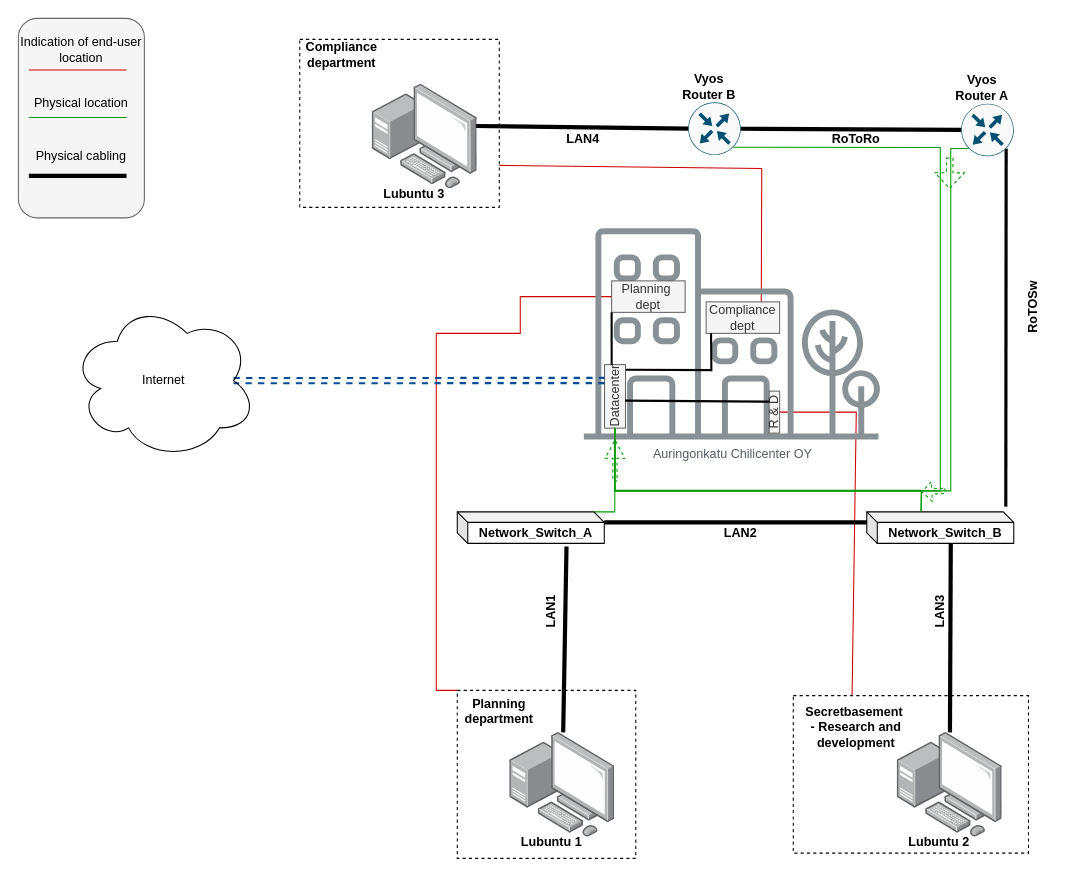
Earlier version of the draw.io diagram page "Physical Topology" (1 of 4) of documentation/E06/PhysicalOnlyDevicesAndCables.drawio (Kjersheim/DataNetworksIntro2023). Source tidied: cells renumbered, new cells numbered last; positions are measured from the earlier drawing's top-left corner, leaving out a move shared by most shapes. Both pictures are drawn from the tidied source at 105%, with x=0, y=0 at pixel (18, 18).
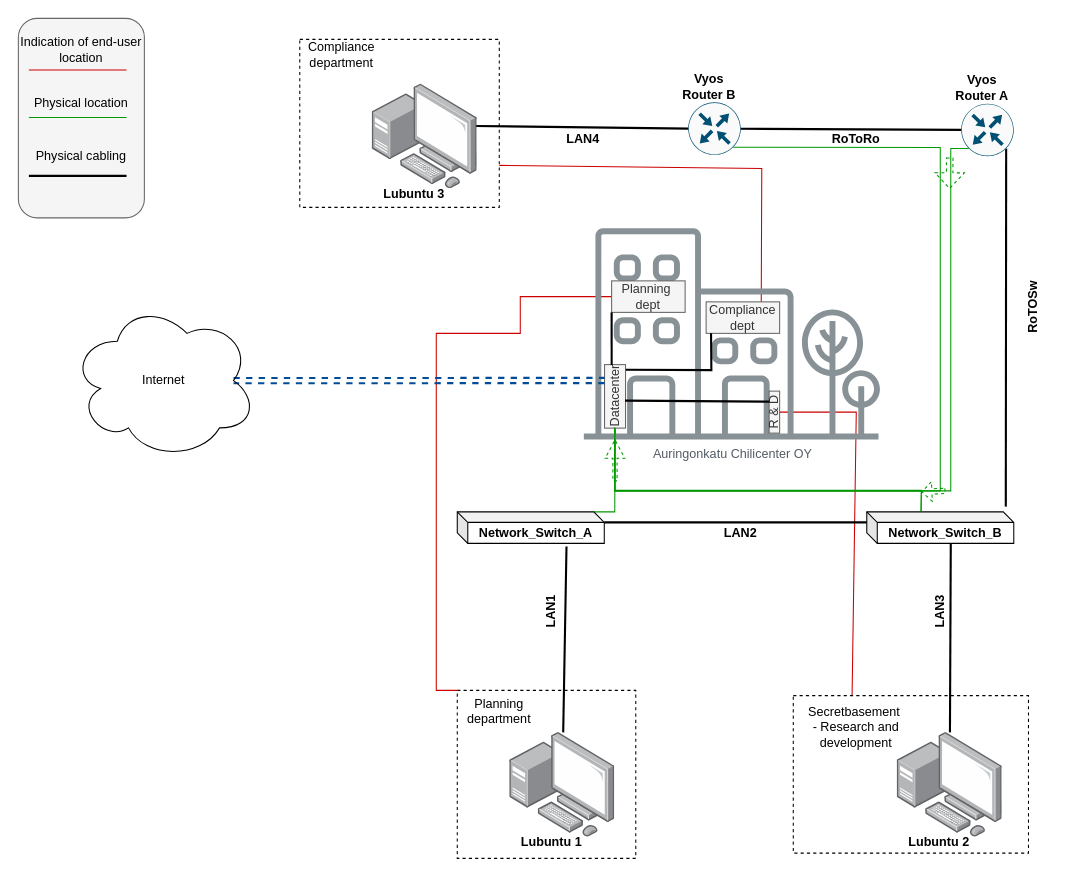
Above is the later version.

Commit message (it also covers changes not shown here):
Planning office

The change refers to these unchanged cells:
```xml
<mxCell id="8" style="points=[];html=1;align=center;shadow=0;dashed=0;image;image=img/lib/allied_telesis/computer_and_terminals/Personal_Computer_with_Server.svg;" parent="1" vertex="1">
  <mxGeometry x="468" y="680" width="100" height="100" as="geometry" />
</mxCell>
<mxCell id="10" style="points=[];html=1;align=center;shadow=0;dashed=0;image;image=img/lib/allied_telesis/computer_and_terminals/Personal_Computer_with_Server.svg;" parent="1" vertex="1">
  <mxGeometry x="837" y="680" width="100" height="100" as="geometry" />
</mxCell>
<mxCell id="13" value="Network_Switch_A" style="shape=cube;whiteSpace=wrap;html=1;boundedLbl=1;backgroundOutline=1;darkOpacity=0.05;darkOpacity2=0.1;direction=east;size=10;fontStyle=1;" parent="1" vertex="1">
  <mxGeometry x="418" y="470" width="140" height="30" as="geometry" />
</mxCell>
<mxCell id="15" value="Network_Switch_B" style="shape=cube;whiteSpace=wrap;html=1;boundedLbl=1;backgroundOutline=1;darkOpacity=0.05;darkOpacity2=0.1;direction=east;size=10;fontStyle=1;" parent="1" vertex="1">
  <mxGeometry x="808" y="470" width="140" height="30" as="geometry" />
</mxCell>
<mxCell id="23" style="sketch=0;points=[[0.5,0,0],[1,0.5,0],[0.5,1,0],[0,0.5,0],[0.145,0.145,0],[0.8555,0.145,0],[0.855,0.8555,0],[0.145,0.855,0]];verticalLabelPosition=bottom;html=1;verticalAlign=top;align=center;shape=mxgraph.cisco19.rect;prIcon=router;fillColor=#FAFAFA;strokeColor=#005073;" parent="1" vertex="1">
  <mxGeometry x="898" y="81.2" width="50" height="50" as="geometry" />
</mxCell>
<mxCell id="28" style="points=[];html=1;align=center;shadow=0;dashed=0;image;image=img/lib/allied_telesis/computer_and_terminals/Personal_Computer_with_Server.svg;" parent="1" vertex="1">
  <mxGeometry x="337" y="62.5" width="100" height="100" as="geometry" />
</mxCell>
<mxCell id="31" style="sketch=0;points=[[0.5,0,0],[1,0.5,0],[0.5,1,0],[0,0.5,0],[0.145,0.145,0],[0.8555,0.145,0],[0.855,0.8555,0],[0.145,0.855,0]];verticalLabelPosition=bottom;html=1;verticalAlign=top;align=center;shape=mxgraph.cisco19.rect;prIcon=router;fillColor=#FAFAFA;strokeColor=#005073;" parent="1" vertex="1">
  <mxGeometry x="638" y="80" width="50" height="50" as="geometry" />
</mxCell>
```

The edit, as a diff of the source:
```diff
@@
-    <mxCell id="16" style="endArrow=none;html=1;rounded=0;entryX=0.743;entryY=1.1;entryDx=0;entryDy=0;entryPerimeter=0;strokeWidth=4;" parent="1" edge="1" source="8" target="13">
+    <mxCell id="16" style="endArrow=none;html=1;rounded=0;entryX=0.743;entryY=1.1;entryDx=0;entryDy=0;entryPerimeter=0;strokeWidth=2;" parent="1" edge="1" source="8" target="13">
       <mxGeometry x="-0.71" y="-66" relative="1" as="geometry" />
     </mxCell>
-    <mxCell id="17" style="endArrow=none;html=1;rounded=0;strokeWidth=4;" parent="1" edge="1" source="10">
+    <mxCell id="17" style="endArrow=none;html=1;rounded=0;strokeWidth=2;" parent="1" edge="1" source="10">
       <mxGeometry relative="1" as="geometry">
         <mxPoint x="888" y="500" as="targetPoint" />
       </mxGeometry>
     </mxCell>
@@
-    <mxCell id="21" style="rounded=0;jettySize=auto;html=1;exitX=0.855;exitY=0.8555;exitDx=0;exitDy=0;exitPerimeter=0;entryX=0;entryY=1;entryDx=0;entryDy=0;endArrow=none;endFill=0;strokeWidth=3;" parent="1" edge="1" source="23">
+    <mxCell id="21" style="rounded=0;jettySize=auto;html=1;exitX=0.855;exitY=0.8555;exitDx=0;exitDy=0;exitPerimeter=0;entryX=0;entryY=1;entryDx=0;entryDy=0;endArrow=none;endFill=0;strokeWidth=2;" parent="1" edge="1" source="23">
       <mxGeometry relative="1" as="geometry">
         <mxPoint x="940.4" y="465" as="targetPoint" />
       </mxGeometry>
     </mxCell>
@@
-    <mxCell id="26" style="endArrow=none;html=1;rounded=0;strokeWidth=4;entryX=0;entryY=0;entryDx=140;entryDy=10;entryPerimeter=0;exitX=0;exitY=0;exitDx=0;exitDy=10;exitPerimeter=0;" parent="1" edge="1" source="15" target="13">
+    <mxCell id="26" style="endArrow=none;html=1;rounded=0;strokeWidth=2;entryX=0;entryY=0;entryDx=140;entryDy=10;entryPerimeter=0;exitX=0;exitY=0;exitDx=0;exitDy=10;exitPerimeter=0;" parent="1" edge="1" source="15" target="13">
       <mxGeometry relative="1" as="geometry" />
     </mxCell>
@@
-    <mxCell id="33" style="endArrow=none;html=1;rounded=0;strokeWidth=4;entryX=0.99;entryY=0.4;entryDx=0;entryDy=0;entryPerimeter=0;exitX=0;exitY=0.5;exitDx=0;exitDy=0;exitPerimeter=0;" parent="1" edge="1" source="31" target="28">
+    <mxCell id="33" style="endArrow=none;html=1;rounded=0;strokeWidth=2;entryX=0.99;entryY=0.4;entryDx=0;entryDy=0;entryPerimeter=0;exitX=0;exitY=0.5;exitDx=0;exitDy=0;exitPerimeter=0;" parent="1" edge="1" source="31" target="28">
       <mxGeometry relative="1" as="geometry" />
     </mxCell>
@@
-    <mxCell id="35" style="endArrow=none;html=1;rounded=0;strokeWidth=4;exitX=0;exitY=0.5;exitDx=0;exitDy=0;exitPerimeter=0;" parent="1" edge="1" source="23" target="31">
+    <mxCell id="35" style="endArrow=none;html=1;rounded=0;strokeWidth=2;exitX=0;exitY=0.5;exitDx=0;exitDy=0;exitPerimeter=0;" parent="1" edge="1" source="23" target="31">
       <mxGeometry relative="1" as="geometry" />
     </mxCell>
@@
-    <mxCell id="49" value="Planning department" style="text;strokeColor=none;align=center;fillColor=none;html=1;verticalAlign=middle;whiteSpace=wrap;rounded=0;fontStyle=1;" parent="1" vertex="1">
+    <mxCell id="49" value="Planning department" style="text;strokeColor=none;align=center;fillColor=none;html=1;verticalAlign=middle;whiteSpace=wrap;rounded=0;fontStyle=0;" parent="1" vertex="1">
       <mxGeometry x="428" y="645" width="60" height="30" as="geometry" />
     </mxCell>
-    <mxCell id="50" value="Secretbasement&amp;nbsp; - Research and development" style="text;strokeColor=none;align=center;fillColor=none;html=1;verticalAlign=middle;whiteSpace=wrap;rounded=0;fontStyle=1;" parent="1" vertex="1">
+    <mxCell id="50" value="Secretbasement&amp;nbsp; - Research and development" style="text;strokeColor=none;align=center;fillColor=none;html=1;verticalAlign=middle;whiteSpace=wrap;rounded=0;fontStyle=0;" parent="1" vertex="1">
       <mxGeometry x="768" y="660" width="60" height="30" as="geometry" />
     </mxCell>
-    <mxCell id="51" value="Compliance&lt;br&gt;department" style="text;strokeColor=none;align=center;fillColor=none;html=1;verticalAlign=middle;whiteSpace=wrap;rounded=0;fontStyle=1;" parent="1" vertex="1">
+    <mxCell id="51" value="Compliance&lt;br&gt;department" style="text;strokeColor=none;align=center;fillColor=none;html=1;verticalAlign=middle;whiteSpace=wrap;rounded=0;fontStyle=0;" parent="1" vertex="1">
       <mxGeometry x="278" y="20" width="60" height="30" as="geometry" />
     </mxCell>
-    <mxCell id="52" style="edgeStyle=none;rounded=0;orthogonalLoop=1;jettySize=auto;html=1;jumpStyle=none;strokeColor=#000000;endArrow=none;endFill=0;strokeWidth=4;" parent="1" edge="1">
+    <mxCell id="52" style="edgeStyle=none;rounded=0;orthogonalLoop=1;jettySize=auto;html=1;jumpStyle=none;strokeColor=#000000;endArrow=none;endFill=0;strokeWidth=2;" parent="1" edge="1">
       <mxGeometry relative="1" as="geometry">
         <mxPoint x="10" y="150" as="sourcePoint" />
         <mxPoint x="103" y="150" as="targetPoint" />
       </mxGeometry>
     </mxCell>
```
